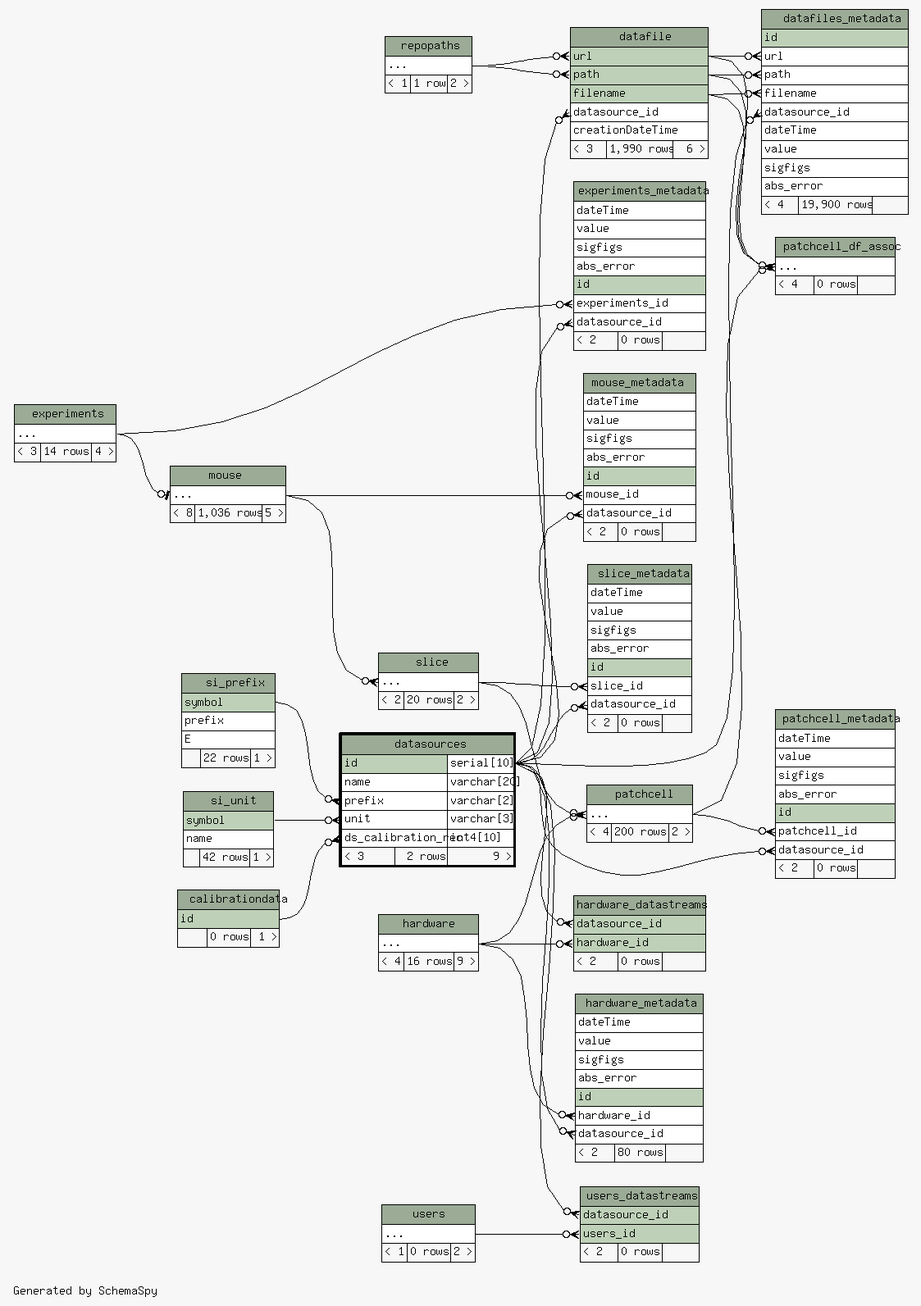
tgbugs/mlab keeps this Graphviz diagram as database/ss/diagrams/datasources.2degrees.png. Above is the earlier version. Its source is kept beside it as database/ss/diagrams/datasources.2degrees.dot.
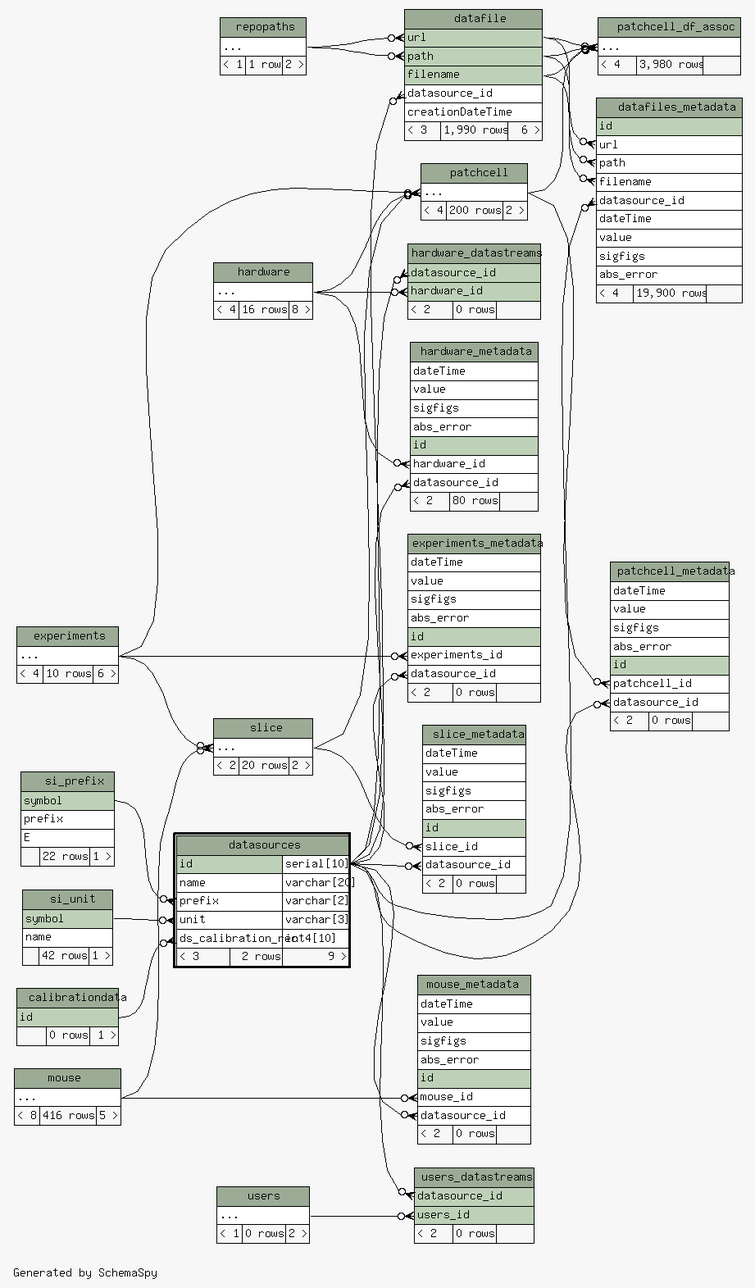
Above is the later version.

Change to the diagram source:
```diff
@@ -33,10 +33,10 @@
   "hardware_datastreams":"hardware_id":w -> "hardware":"elipses":e [arrowhead=none dir=back arrowtail=crowodot];
   "hardware_metadata":"datasource_id":w -> "datasources":"id.type":e [arrowhead=none dir=back arrowtail=crowodot];
   "hardware_metadata":"hardware_id":w -> "hardware":"elipses":e [arrowhead=none dir=back arrowtail=crowodot];
-  "mouse":"elipses":w -> "experiments":"elipses":e [arrowhead=none dir=back arrowtail=teeodot];
   "mouse_metadata":"datasource_id":w -> "datasources":"id.type":e [arrowhead=none dir=back arrowtail=crowodot];
   "mouse_metadata":"mouse_id":w -> "mouse":"elipses":e [arrowhead=none dir=back arrowtail=crowodot];
   "patchcell":"elipses":w -> "hardware":"elipses":e [arrowhead=none dir=back arrowtail=crowodot];
+  "patchcell":"elipses":w -> "experiments":"elipses":e [arrowhead=none dir=back arrowtail=crowodot];
   "patchcell":"elipses":w -> "slice":"elipses":e [arrowhead=none dir=back arrowtail=crowodot];
   "patchcell_df_assoc":"elipses":w -> "datafile":"filename":e [arrowhead=none dir=back arrowtail=crowodot];
   "patchcell_df_assoc":"elipses":w -> "datafile":"path":e [arrowhead=none dir=back arrowtail=crowodot];
@@ -45,6 +45,7 @@
   "patchcell_metadata":"datasource_id":w -> "datasources":"id.type":e [arrowhead=none dir=back arrowtail=crowodot];
   "patchcell_metadata":"patchcell_id":w -> "patchcell":"elipses":e [arrowhead=none dir=back arrowtail=crowodot];
   "slice":"elipses":w -> "mouse":"elipses":e [arrowhead=none dir=back arrowtail=crowodot];
+  "slice":"elipses":w -> "experiments":"elipses":e [arrowhead=none dir=back arrowtail=crowodot];
   "slice_metadata":"datasource_id":w -> "datasources":"id.type":e [arrowhead=none dir=back arrowtail=crowodot];
   "slice_metadata":"slice_id":w -> "slice":"elipses":e [arrowhead=none dir=back arrowtail=crowodot];
   "users_datastreams":"datasource_id":w -> "datasources":"id.type":e [arrowhead=none dir=back arrowtail=crowodot];
@@ -110,7 +111,7 @@
     <TABLE BORDER="0" CELLBORDER="1" CELLSPACING="0" BGCOLOR="#ffffff">
       <TR><TD COLSPAN="3" BGCOLOR="#9bab96" ALIGN="CENTER">experiments</TD></TR>
       <TR><TD PORT="elipses" COLSPAN="3" ALIGN="LEFT">...</TD></TR>
-      <TR><TD ALIGN="LEFT" BGCOLOR="#f7f7f7">&lt; 3</TD><TD ALIGN="RIGHT" BGCOLOR="#f7f7f7">14 rows</TD><TD ALIGN="RIGHT" BGCOLOR="#f7f7f7">4 &gt;</TD></TR>
+      <TR><TD ALIGN="LEFT" BGCOLOR="#f7f7f7">&lt; 4</TD><TD ALIGN="RIGHT" BGCOLOR="#f7f7f7">10 rows</TD><TD ALIGN="RIGHT" BGCOLOR="#f7f7f7">6 &gt;</TD></TR>
     </TABLE>>
     URL="experiments.html"
     tooltip="experiments"
@@ -136,7 +137,7 @@
     <TABLE BORDER="0" CELLBORDER="1" CELLSPACING="0" BGCOLOR="#ffffff">
       <TR><TD COLSPAN="3" BGCOLOR="#9bab96" ALIGN="CENTER">hardware</TD></TR>
       <TR><TD PORT="elipses" COLSPAN="3" ALIGN="LEFT">...</TD></TR>
-      <TR><TD ALIGN="LEFT" BGCOLOR="#f7f7f7">&lt; 4</TD><TD ALIGN="RIGHT" BGCOLOR="#f7f7f7">16 rows</TD><TD ALIGN="RIGHT" BGCOLOR="#f7f7f7">9 &gt;</TD></TR>
+      <TR><TD ALIGN="LEFT" BGCOLOR="#f7f7f7">&lt; 4</TD><TD ALIGN="RIGHT" BGCOLOR="#f7f7f7">16 rows</TD><TD ALIGN="RIGHT" BGCOLOR="#f7f7f7">8 &gt;</TD></TR>
     </TABLE>>
     URL="hardware.html"
     tooltip="hardware"
@@ -173,7 +174,7 @@
     <TABLE BORDER="0" CELLBORDER="1" CELLSPACING="0" BGCOLOR="#ffffff">
       <TR><TD COLSPAN="3" BGCOLOR="#9bab96" ALIGN="CENTER">mouse</TD></TR>
       <TR><TD PORT="elipses" COLSPAN="3" ALIGN="LEFT">...</TD></TR>
-      <TR><TD ALIGN="LEFT" BGCOLOR="#f7f7f7">&lt; 8</TD><TD ALIGN="RIGHT" BGCOLOR="#f7f7f7">1,036 rows</TD><TD ALIGN="RIGHT" BGCOLOR="#f7f7f7">5 &gt;</TD></TR>
+      <TR><TD ALIGN="LEFT" BGCOLOR="#f7f7f7">&lt; 8</TD><TD ALIGN="RIGHT" BGCOLOR="#f7f7f7">416 rows</TD><TD ALIGN="RIGHT" BGCOLOR="#f7f7f7">5 &gt;</TD></TR>
     </TABLE>>
     URL="mouse.html"
     tooltip="mouse"
@@ -209,7 +210,7 @@
     <TABLE BORDER="0" CELLBORDER="1" CELLSPACING="0" BGCOLOR="#ffffff">
       <TR><TD COLSPAN="3" BGCOLOR="#9bab96" ALIGN="CENTER">patchcell_df_assoc</TD></TR>
       <TR><TD PORT="elipses" COLSPAN="3" ALIGN="LEFT">...</TD></TR>
-      <TR><TD ALIGN="LEFT" BGCOLOR="#f7f7f7">&lt; 4</TD><TD ALIGN="RIGHT" BGCOLOR="#f7f7f7">0 rows</TD><TD ALIGN="RIGHT" BGCOLOR="#f7f7f7">  </TD></TR>
+      <TR><TD ALIGN="LEFT" BGCOLOR="#f7f7f7">&lt; 4</TD><TD ALIGN="RIGHT" BGCOLOR="#f7f7f7">3,980 rows</TD><TD ALIGN="RIGHT" BGCOLOR="#f7f7f7">  </TD></TR>
     </TABLE>>
     URL="patchcell_df_assoc.html"
     tooltip="patchcell_df_assoc"
```
